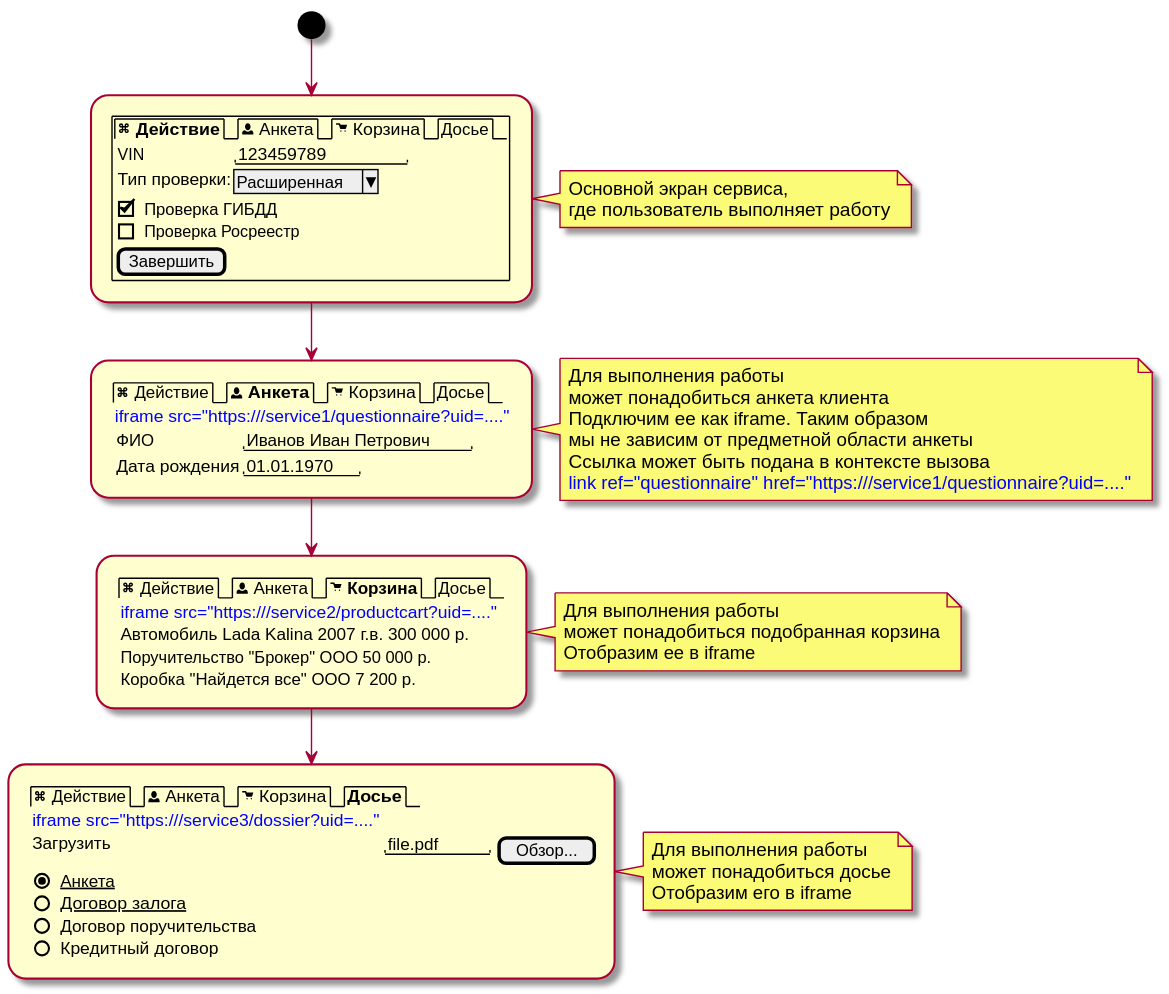
Earlier version of the PlantUML export docs/architecture/interface.svg (ilb/devmethodology).
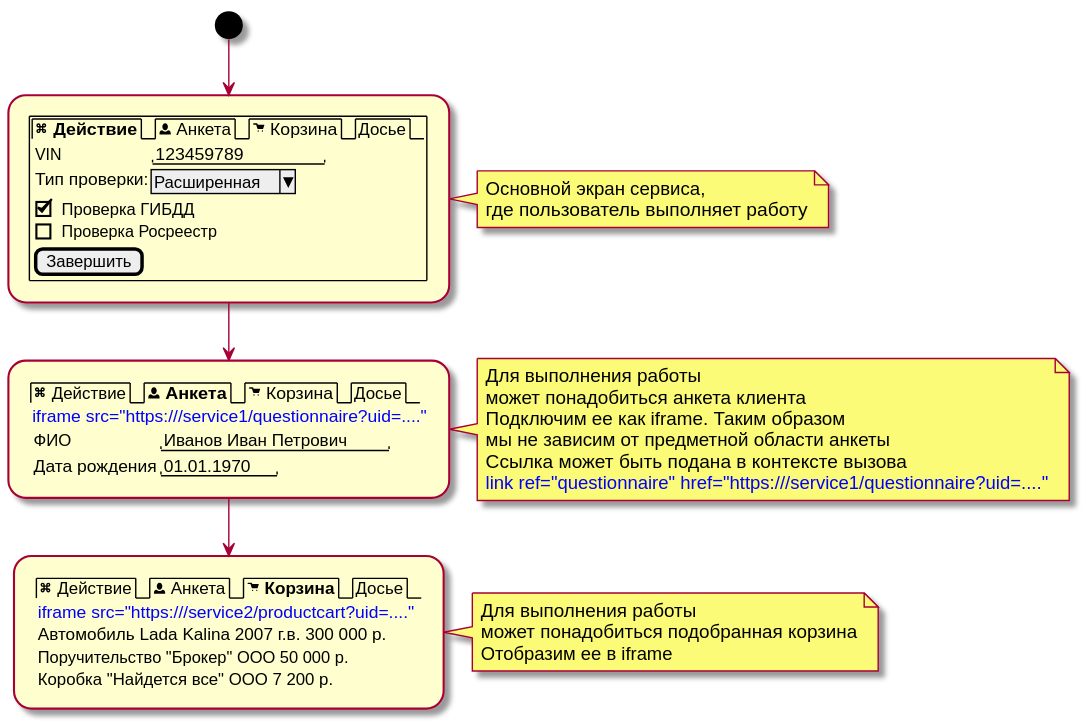
The same diagram one commit later.

Commit message:
убрал лишний экран, чтобы было не мелко

Change to the diagram source:
```diff
@@ -67,28 +67,4 @@
     Отобразим ее в iframe
 end note
 
-productcart -down-> "
-{{
-salt
-{
-{/ <&command> Действие | <&person> Анкета | <&cart> Корзина | <b>Досье  }
-{
- <color:Blue>iframe src="https:///service3/dossier?uid=...."
-
-Загрузить { "file.pdf " | [Обзор...] }
-(X) __Анкета__
-() __Договор залога__
-() Договор поручительства
-() Кредитный договор
-}
-}
-}}
-" as dossier
-
-note right
-    Для выполнения работы
-    может понадобиться досье
-    Отобразим его в iframe
-end note
-
 @enduml
```
